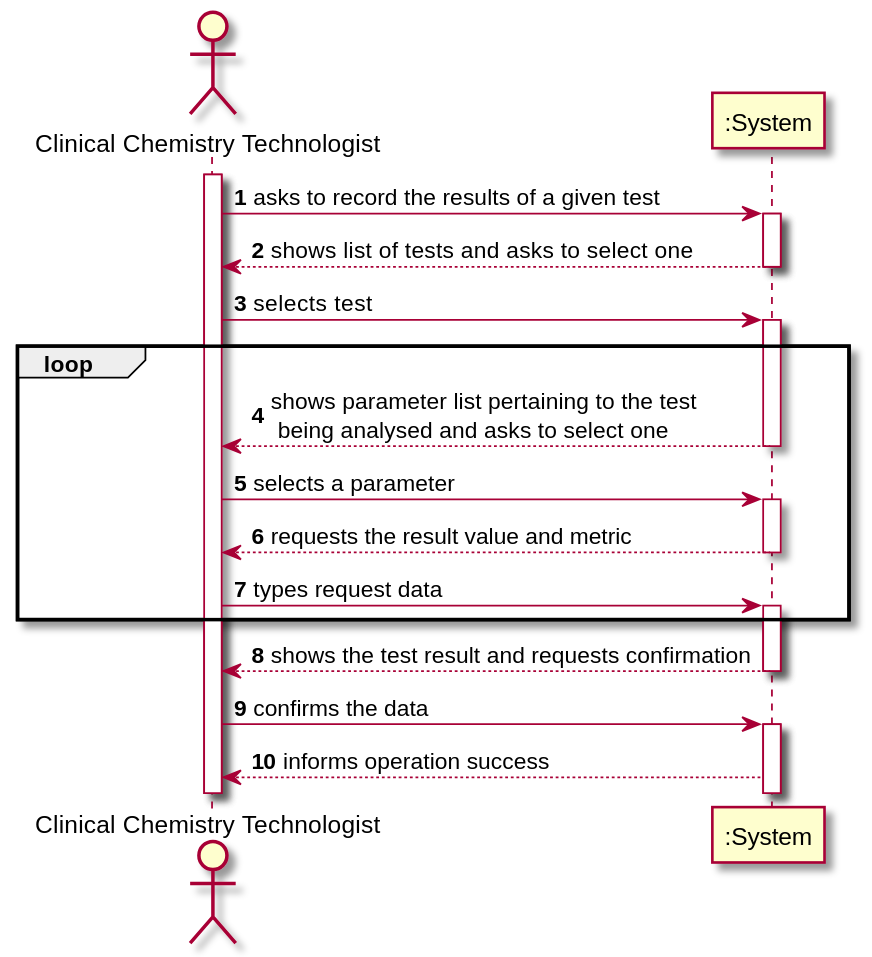
Pedromaia26/LAPR2-ISEP keeps this PlantUML diagram as docs/SprintC/US12_ResultsOfTest/US012_SSD.svg. Above is the earlier version.
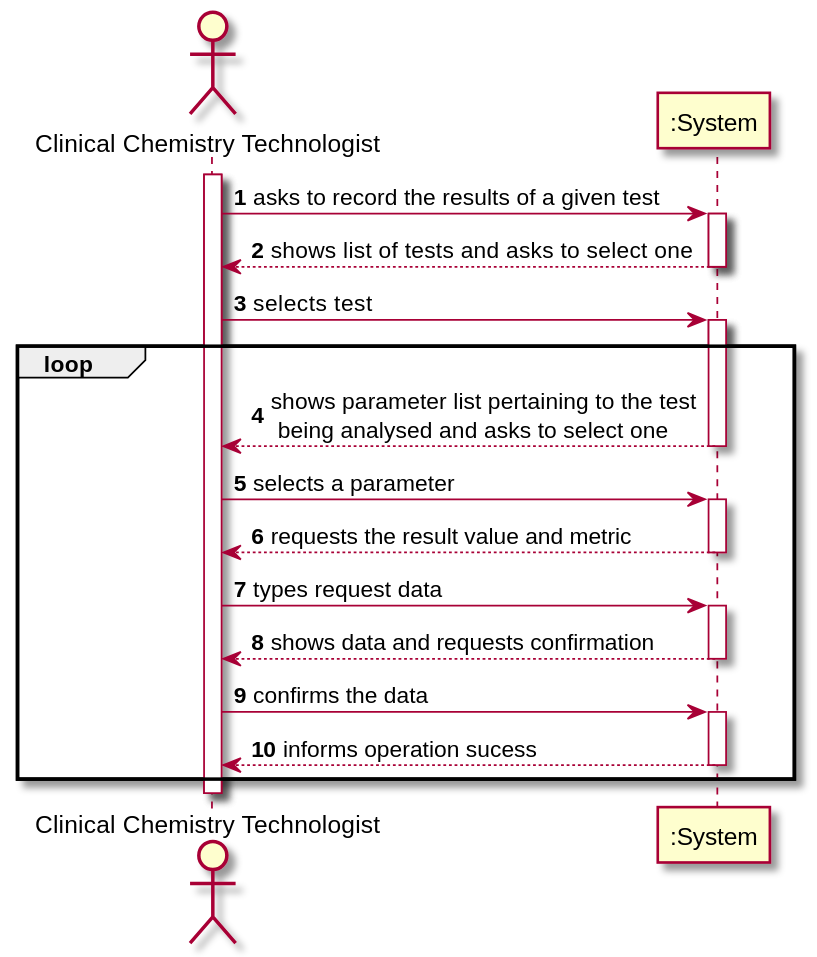
After the commit.

The edit, as a diff of the source:
```diff
@@ -23,15 +23,16 @@
 
 CCT -> S: types request data
 activate S
-end
 
-S --> CCT: shows the test result and requests confirmation
+
+S --> CCT: shows data and requests confirmation
 deactivate S
 
 CCT -> S: confirms the data
 activate S
-S --> CCT: informs operation success
-
+S --> CCT: informs operation sucess
+deactivate S
+end
 
 
 @enduml
```
